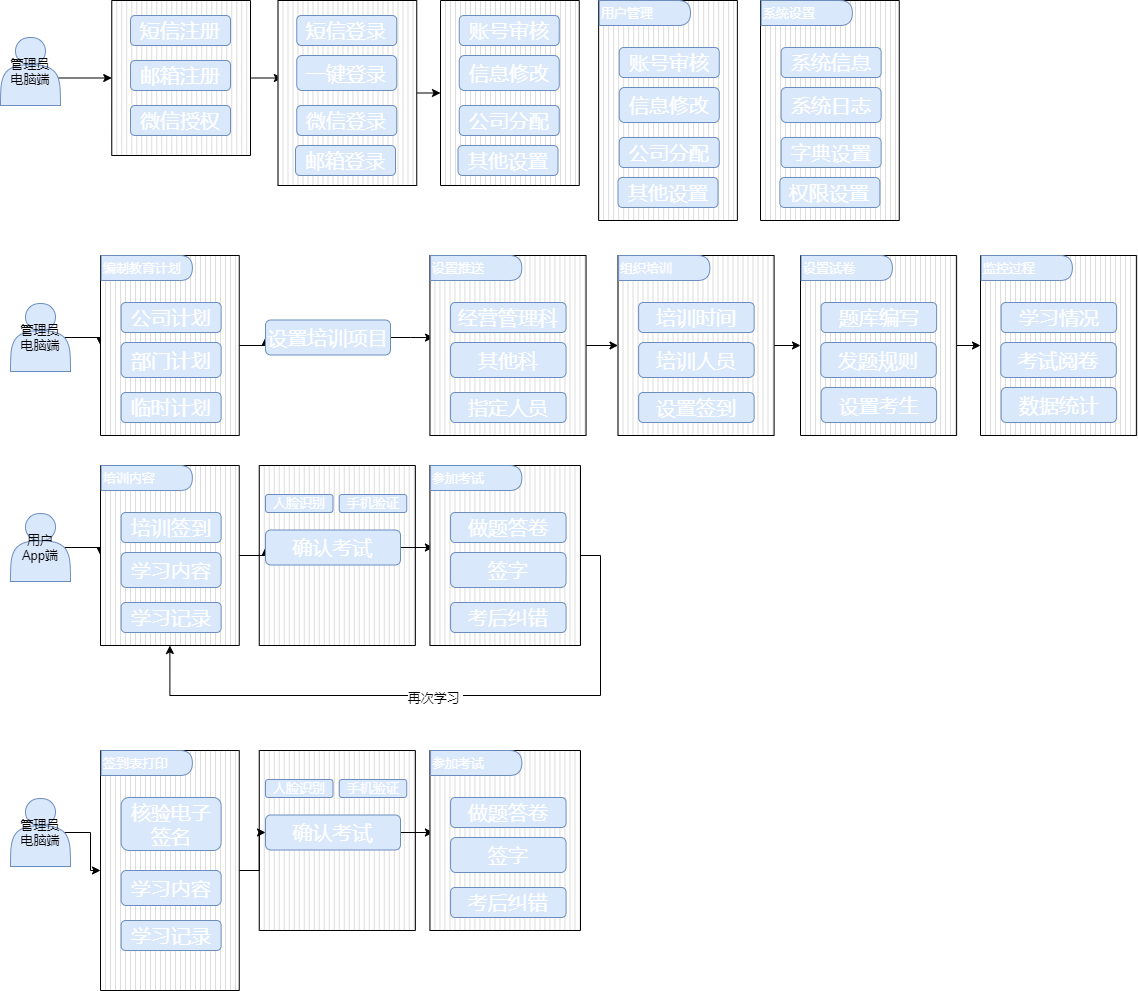
This is Untitled Diagram.drawio.png from lenonjone/Toolkits, a draw.io export, as it was before one commit. Source tidied: cells renumbered, new cells last; positions are measured from the earlier drawing's top-left corner, leaving out a move shared by most shapes.
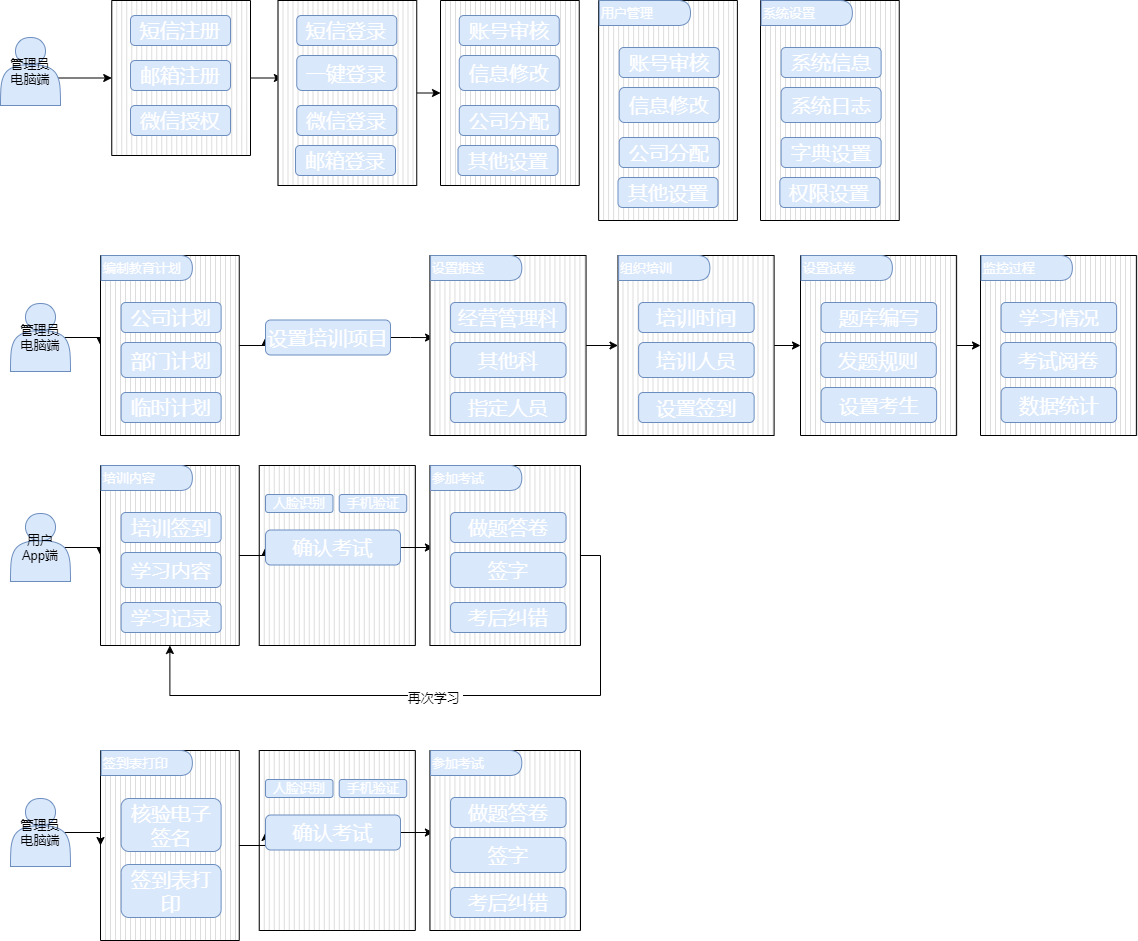
Later version of the same file.

Change to the diagram source:
```diff
@@ -2,6 +2,9 @@
   <root>
     <mxCell id="0" />
     <mxCell id="1" parent="0" />
+    <mxCell id="89" style="verticalLabelPosition=bottom;verticalAlign=top;html=1;shape=mxgraph.basic.patternFillRect;fillStyle=vert;step=5;fillStrokeWidth=0.2;fillStrokeColor=#dddddd;fontSize=13;fontColor=#FFFFFF;" parent="1" vertex="1">
+      <mxGeometry x="100" y="750" width="138.8" height="190" as="geometry" />
+    </mxCell>
     <mxCell id="2" style="verticalLabelPosition=bottom;verticalAlign=top;html=1;shape=mxgraph.basic.patternFillRect;fillStyle=vert;step=5;fillStrokeWidth=0.2;fillStrokeColor=#dddddd;fontSize=13;fontColor=#FFFFFF;" parent="1" vertex="1">
       <mxGeometry x="258.8" y="465" width="156.1" height="180" as="geometry" />
     </mxCell>
@@ -271,17 +274,11 @@
     <mxCell id="88" style="edgeStyle=orthogonalEdgeStyle;rounded=0;jettySize=auto;html=1;exitX=1;exitY=0.5;exitDx=0;exitDy=0;exitPerimeter=0;entryX=0;entryY=0.5;entryDx=0;entryDy=0;fontSize=13;fontColor=#FFFFFF;" parent="1" edge="1" source="89" target="95">
       <mxGeometry relative="1" as="geometry" />
     </mxCell>
-    <mxCell id="89" style="verticalLabelPosition=bottom;verticalAlign=top;html=1;shape=mxgraph.basic.patternFillRect;fillStyle=vert;step=5;fillStrokeWidth=0.2;fillStrokeColor=#dddddd;fontSize=13;fontColor=#FFFFFF;" parent="1" vertex="1">
-      <mxGeometry x="100" y="750" width="138.8" height="240" as="geometry" />
-    </mxCell>
     <mxCell id="90" value="核验电子签名" style="rounded=1;whiteSpace=wrap;html=1;fillColor=#dae8fc;strokeColor=#6c8ebf;fontColor=#FFFFFF;fontStyle=0;fontSize=20;" parent="1" vertex="1">
-      <mxGeometry x="120.6" y="797" width="100" height="53" as="geometry" />
+      <mxGeometry x="120.6" y="798" width="100" height="53" as="geometry" />
     </mxCell>
-    <mxCell id="91" value="学习内容" style="rounded=1;whiteSpace=wrap;html=1;fillColor=#dae8fc;strokeColor=#6c8ebf;fontColor=#FFFFFF;fontStyle=0;fontSize=20;" parent="1" vertex="1">
-      <mxGeometry x="120.6" y="838" width="100" height="35" as="geometry" />
-    </mxCell>
-    <mxCell id="92" value="学习记录" style="rounded=1;whiteSpace=wrap;html=1;fillColor=#dae8fc;strokeColor=#6c8ebf;fontColor=#FFFFFF;fontStyle=0;fontSize=20;" parent="1" vertex="1">
-      <mxGeometry x="120.6" y="888" width="100" height="30" as="geometry" />
+    <mxCell id="92" value="签到表打印" style="rounded=1;whiteSpace=wrap;html=1;fillColor=#dae8fc;strokeColor=#6c8ebf;fontColor=#FFFFFF;fontStyle=0;fontSize=20;" parent="1" vertex="1">
+      <mxGeometry x="120.6" y="864" width="100" height="53" as="geometry" />
     </mxCell>
     <mxCell id="93" value="签到表打印" style="shape=delay;whiteSpace=wrap;html=1;fontSize=13;align=left;fillColor=#dae8fc;strokeColor=#6c8ebf;fontColor=#FFFFFF;" parent="1" vertex="1">
       <mxGeometry x="100.6" y="750" width="91.2" height="25" as="geometry" />
```
